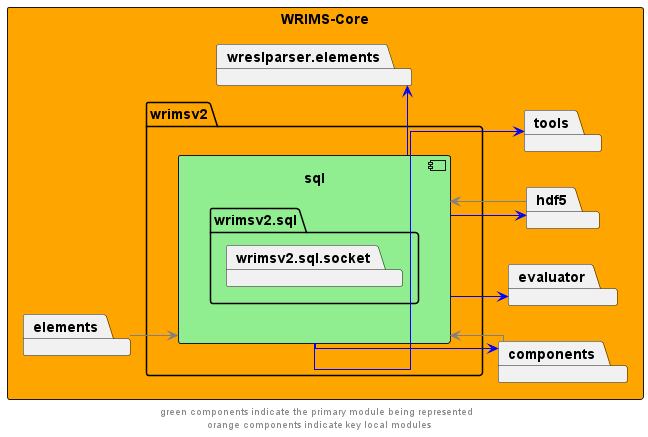
The PlantUML diagram docs/diagrams/wrims-core/wrims-core_sql.png in CentralValleyModeling/wrims, before a commit.
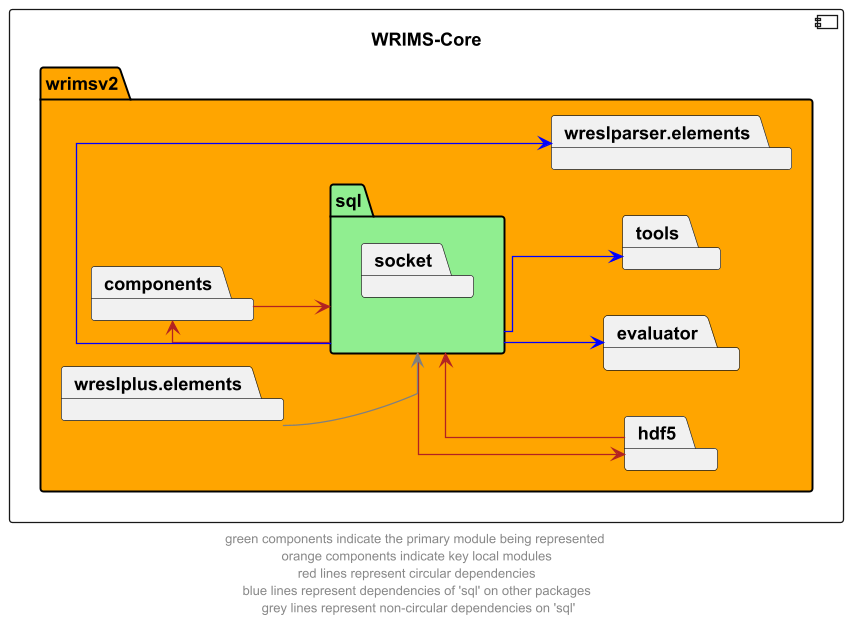
Later version of the same file.

The edit, as a diff of the source:
```diff
@@ -2,36 +2,30 @@
 left to right direction
 skinparam linetype ortho
 
-rectangle wrims_core as "WRIMS-Core" #orange {
-        package wrimsv2{
-            package sql {
-                component sql #lightgreen {
-                    package wrimsv2.sql{
-                        package wrimsv2.sql.socket
-                    }
-                }
-            }
+component wrims_core as "WRIMS-Core" {
+    package wrimsv2 #orange {
+        package sql #lightgreen{
+            package socket
         }
         package components
         package evaluator
         package hdf5
         package tools
         package wreslparser.elements
-
-        package elements
+        package wreslplus.elements
 }
 
-sql -->  components #blue
-components --> sql #grey
+sql -r->  components #firebrick
+components --> sql #firebrick
 
 sql -->  evaluator #blue
-sql --> hdf5 #blue
+sql --> hdf5 #firebrick
 sql --> tools #blue
-sql -r->  wreslparser.elements #blue
+sql -d->  wreslparser.elements #blue
 
-elements --> sql #grey
-hdf5 --> sql #grey
+wreslplus.elements --> sql #grey
+hdf5 -l-> sql #firebrick
 
 
-footer "green components indicate the primary module being represented \n orange components indicate key local modules"
+footer "green components indicate the primary module being represented \n orange components indicate key local modules \n red lines represent circular dependencies \n blue lines represent dependencies of 'sql' on other packages \n grey lines represent non-circular dependencies on 'sql'"
 @enduml
```
